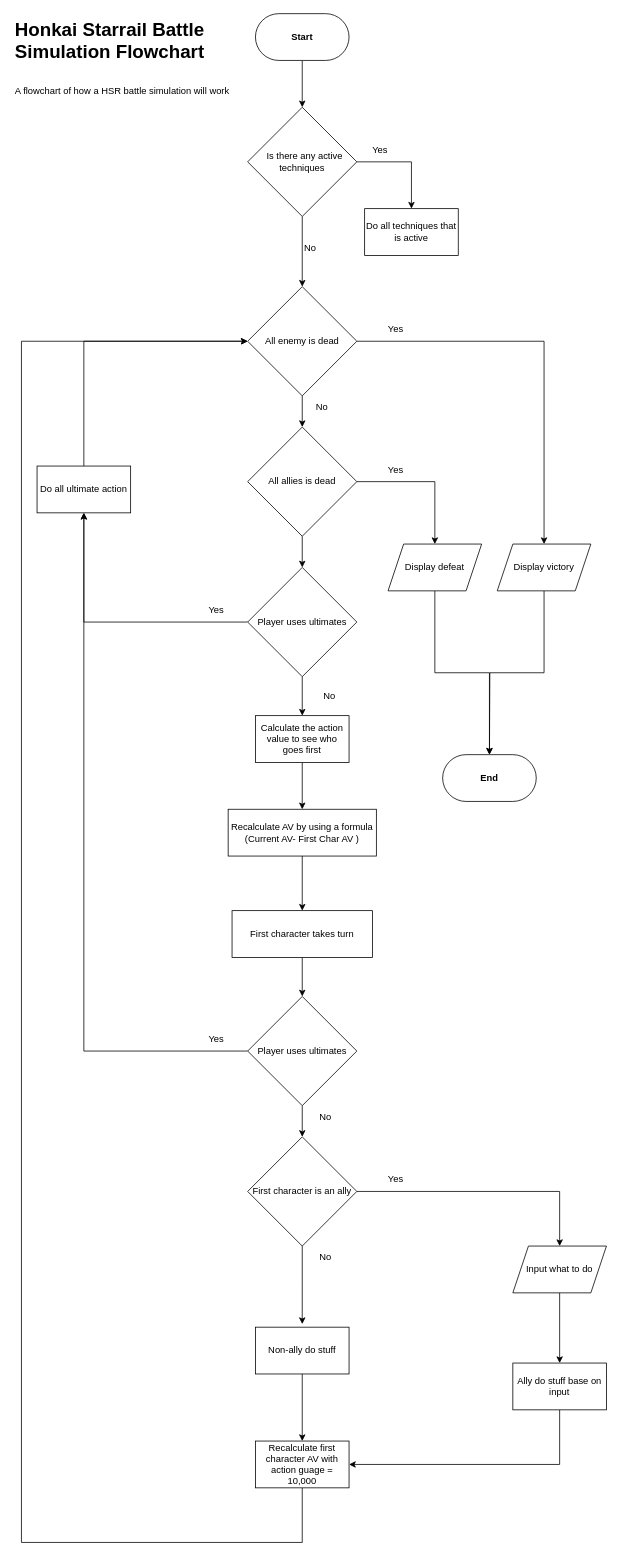
Before: Flowchart/Flowchart.drawio in JapanSG/HSR_Calculator, a draw.io diagram. Source tidied: cells renumbered, new cells numbered last; positions are measured from the earlier drawing's top-left corner, leaving out a move shared by most shapes. Both pictures are drawn from the tidied source at 78%, with x=0, y=0 at pixel (13, 13).
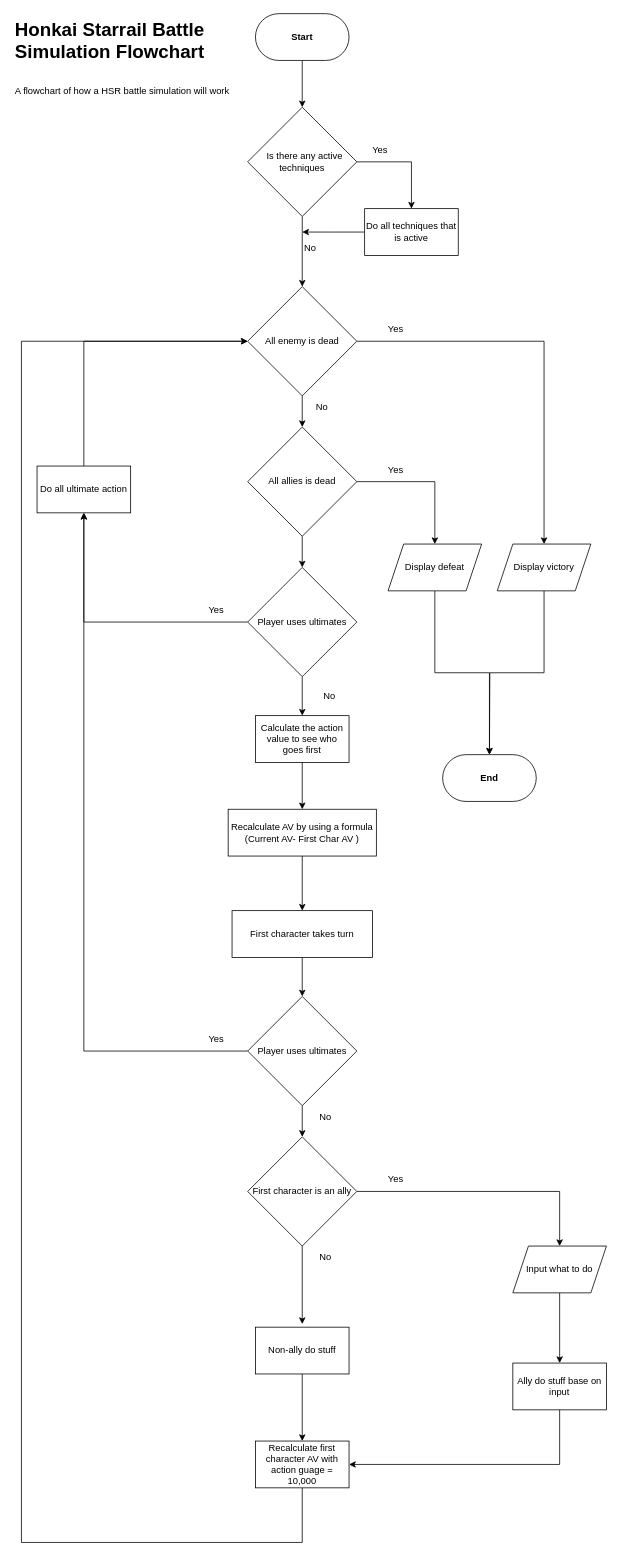
Above is the later version.

Commit message:
Flowchart.drawio を更新します

Unchanged cells that the change refers to:
```xml
<mxCell id="5" value="Do all&amp;nbsp;techniques that is active" style="rounded=0;whiteSpace=wrap;html=1;" parent="1" vertex="1">
  <mxGeometry x="450" y="250" width="120" height="60" as="geometry" />
</mxCell>
```

Change to the diagram source:
```diff
@@
+    <mxCell id="56" style="edgeStyle=orthogonalEdgeStyle;rounded=0;jettySize=auto;html=1;" parent="1" edge="1" source="5">
+      <mxGeometry relative="1" as="geometry">
+        <mxPoint x="370" y="280" as="targetPoint" />
+      </mxGeometry>
+    </mxCell>
```
